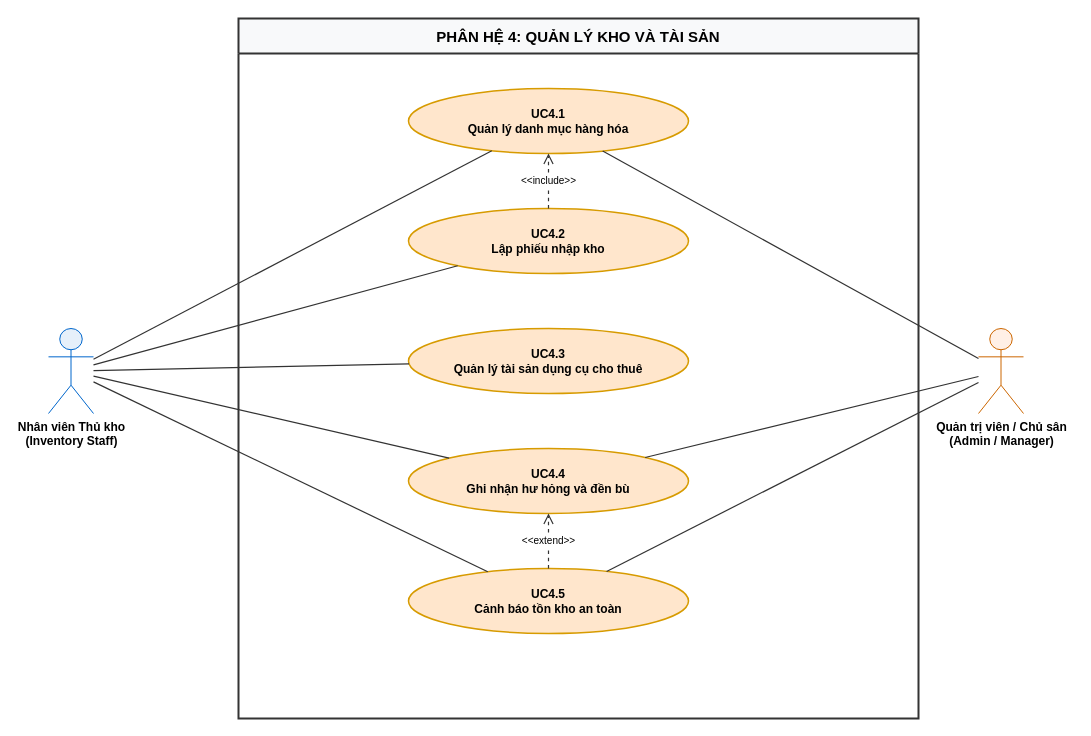
Above: page "04_PH4_Kho_TaiSan" (5 of 7) of BTH/BTH3_UsecaseDiagram/DoAn_OOAD_UseCaseDiagram.drawio in nphat-code/DoAn-OOAD-SGU (draw.io), before the change. Source tidied: cells renumbered, new cells numbered last; positions are measured from the earlier drawing's top-left corner, leaving out a move shared by most shapes. Both pictures are drawn from the tidied source at 100%, with x=0, y=0 at pixel (48, 18).
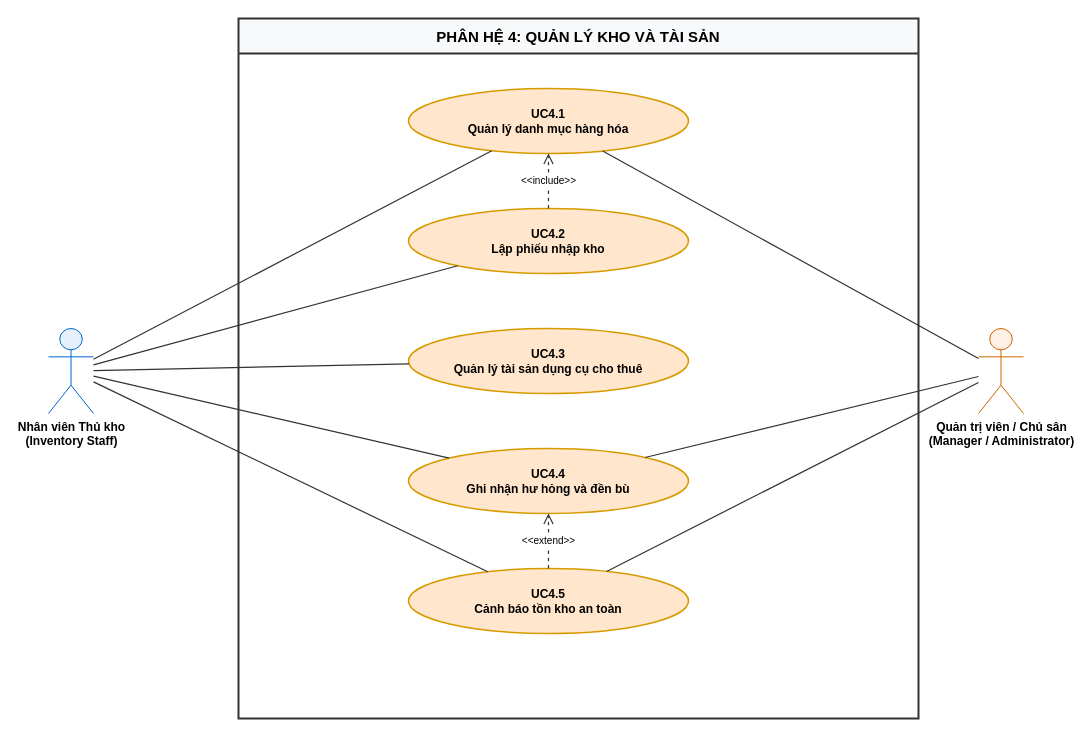
Above is the later version.

What changed in the source:
```diff
@@
 <mxGraphModel background="#ffffff">
   <root>
     <mxCell id="0" />
     <mxCell id="1" parent="0" />
     <mxCell id="2" value="PHÂN HỆ 4: QUẢN LÝ KHO VÀ TÀI SẢN" style="swimlane;whiteSpace=wrap;html=1;startSize=35;horizontal=1;fillColor=#f8f9fa;strokeColor=#333333;strokeWidth=2;fontFamily=Helvetica;fontSize=15;fontStyle=1;" parent="1" vertex="1">
       <mxGeometry x="190" width="680" height="700" as="geometry" />
     </mxCell>
     <mxCell id="3" value="Nhân viên Thủ kho&#10;(Inventory Staff)" style="shape=umlActor;verticalLabelPosition=bottom;verticalAlign=top;html=1;outlineConnect=0;fontFamily=Helvetica;fontSize=12;fontStyle=1;strokeColor=#0066CC;fillColor=#E6F0FA;" parent="1" vertex="1">
       <mxGeometry y="310" width="45" height="85" as="geometry" />
     </mxCell>
-    <mxCell id="4" value="Quản trị viên / Chủ sân&#10;(Admin / Manager)" style="shape=umlActor;verticalLabelPosition=bottom;verticalAlign=top;html=1;outlineConnect=0;fontFamily=Helvetica;fontSize=12;fontStyle=1;strokeColor=#CC6600;fillColor=#FFF0E6;" parent="1" vertex="1">
+    <mxCell id="4" value="Quản trị viên / Chủ sân&#10;(Manager / Administrator)" style="shape=umlActor;verticalLabelPosition=bottom;verticalAlign=top;html=1;outlineConnect=0;fontFamily=Helvetica;fontSize=12;fontStyle=1;strokeColor=#CC6600;fillColor=#FFF0E6;" parent="1" vertex="1">
       <mxGeometry x="930" y="310" width="45" height="85" as="geometry" />
     </mxCell>
     <mxCell id="5" value="UC4.1&#10;Quản lý danh mục hàng hóa" style="ellipse;whiteSpace=wrap;html=1;fillColor=#FFE6CC;strokeColor=#D79B00;strokeWidth=1.5;fontFamily=Helvetica;fontSize=12;fontStyle=1;" parent="1" vertex="1">
       <mxGeometry x="360" y="70" width="280" height="65" as="geometry" />
     </mxCell>
     <mxCell id="6" value="UC4.2&#10;Lập phiếu nhập kho" style="ellipse;whiteSpace=wrap;html=1;fillColor=#FFE6CC;strokeColor=#D79B00;strokeWidth=1.5;fontFamily=Helvetica;fontSize=12;fontStyle=1;" parent="1" vertex="1">
       <mxGeometry x="360" y="190" width="280" height="65" as="geometry" />
     </mxCell>
     <mxCell id="7" value="UC4.3&#10;Quản lý tài sản dụng cụ cho thuê" style="ellipse;whiteSpace=wrap;html=1;fillColor=#FFE6CC;strokeColor=#D79B00;strokeWidth=1.5;fontFamily=Helvetica;fontSize=12;fontStyle=1;" parent="1" vertex="1">
       <mxGeometry x="360" y="310" width="280" height="65" as="geometry" />
     </mxCell>
     <mxCell id="8" value="UC4.4&#10;Ghi nhận hư hỏng và đền bù" style="ellipse;whiteSpace=wrap;html=1;fillColor=#FFE6CC;strokeColor=#D79B00;strokeWidth=1.5;fontFamily=Helvetica;fontSize=12;fontStyle=1;" parent="1" vertex="1">
       <mxGeometry x="360" y="430" width="280" height="65" as="geometry" />
     </mxCell>
     <mxCell id="9" value="UC4.5&#10;Cảnh báo tồn kho an toàn" style="ellipse;whiteSpace=wrap;html=1;fillColor=#FFE6CC;strokeColor=#D79B00;strokeWidth=1.5;fontFamily=Helvetica;fontSize=12;fontStyle=1;" parent="1" vertex="1">
       <mxGeometry x="360" y="550" width="280" height="65" as="geometry" />
     </mxCell>
     <mxCell id="10" style="endArrow=none;html=1;strokeWidth=1.2;strokeColor=#333333;" parent="1" edge="1" source="3" target="5">
       <mxGeometry relative="1" as="geometry" />
     </mxCell>
     <mxCell id="11" style="endArrow=none;html=1;strokeWidth=1.2;strokeColor=#333333;" parent="1" edge="1" source="3" target="6">
       <mxGeometry relative="1" as="geometry" />
     </mxCell>
     <mxCell id="12" style="endArrow=none;html=1;strokeWidth=1.2;strokeColor=#333333;" parent="1" edge="1" source="3" target="7">
       <mxGeometry relative="1" as="geometry" />
     </mxCell>
     <mxCell id="13" style="endArrow=none;html=1;strokeWidth=1.2;strokeColor=#333333;" parent="1" edge="1" source="3" target="8">
       <mxGeometry relative="1" as="geometry" />
     </mxCell>
     <mxCell id="14" style="endArrow=none;html=1;strokeWidth=1.2;strokeColor=#333333;" parent="1" edge="1" source="3" target="9">
       <mxGeometry relative="1" as="geometry" />
     </mxCell>
     <mxCell id="15" style="endArrow=none;html=1;strokeWidth=1.2;strokeColor=#333333;" parent="1" edge="1" source="4" target="5">
       <mxGeometry relative="1" as="geometry" />
     </mxCell>
     <mxCell id="16" style="endArrow=none;html=1;strokeWidth=1.2;strokeColor=#333333;" parent="1" edge="1" source="4" target="8">
       <mxGeometry relative="1" as="geometry" />
     </mxCell>
     <mxCell id="17" style="endArrow=none;html=1;strokeWidth=1.2;strokeColor=#333333;" parent="1" edge="1" source="4" target="9">
       <mxGeometry relative="1" as="geometry" />
     </mxCell>
     <mxCell id="18" value="&amp;lt;&amp;lt;include&amp;gt;&amp;gt;" style="dashed=1;endArrow=open;endSize=8;html=1;strokeWidth=1.2;strokeColor=#333333;fontFamily=Helvetica;fontSize=10;" parent="1" edge="1" source="6" target="5">
       <mxGeometry relative="1" as="geometry" />
     </mxCell>
     <mxCell id="19" value="&amp;lt;&amp;lt;extend&amp;gt;&amp;gt;" style="dashed=1;endArrow=open;endSize=8;html=1;strokeWidth=1.2;strokeColor=#333333;fontFamily=Helvetica;fontSize=10;" parent="1" edge="1" source="9" target="8">
       <mxGeometry relative="1" as="geometry" />
     </mxCell>
   </root>
 </mxGraphModel>
```
